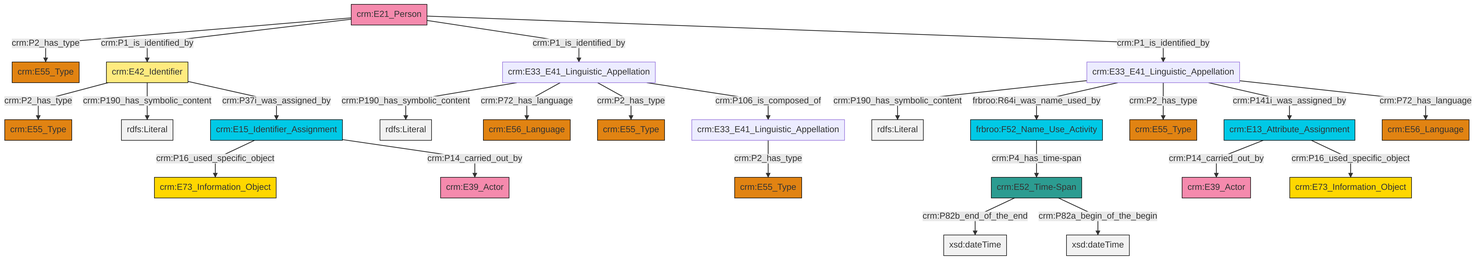
swiss-art-research-net/reference-data-models keeps this Mermaid diagram as et/personCSV/ttl/mmd/png/Person_Names_and_Classification.png. Above is the earlier version. Its source is kept beside it as et/personCSV/ttl/mmd/Person_Names_and_Classification.ttl.mmd.
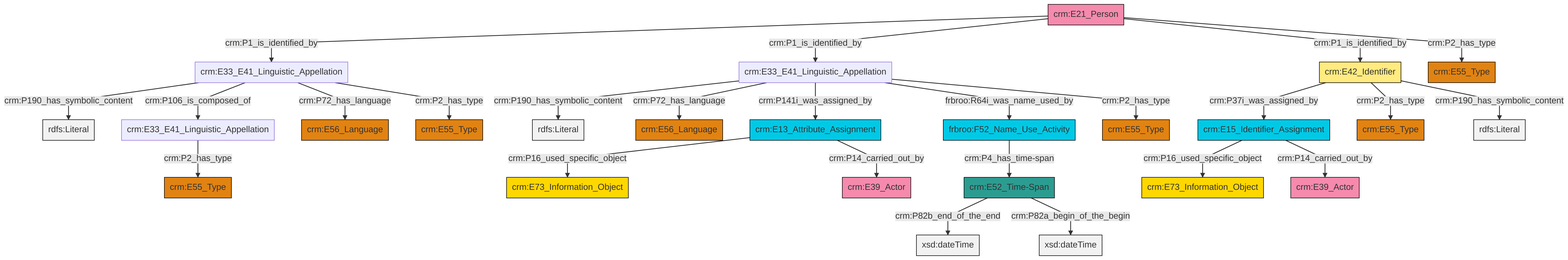
Above is the later version.

The edit, as a diff of the source:
```diff
@@ -14,26 +14,26 @@
 classDef Multi fill:#cccccc,stroke:#000000;
 
 2["crm:E33_E41_Linguistic_Appellation"]:::Default -->|crm:P190_has_symbolic_content| 3[rdfs:Literal]:::Literal
-4["crm:E13_Attribute_Assignment"]:::Temporal_Entity -->|crm:P14_carried_out_by| 5["crm:E39_Actor"]:::Actor
-10["crm:E21_Person"]:::Actor -->|crm:P2_has_type| 11["crm:E55_Type"]:::Type
-10["crm:E21_Person"]:::Actor -->|crm:P1_is_identified_by| 12["crm:E42_Identifier"]:::Appellation
-22["frbroo:F52_Name_Use_Activity"]:::Temporal_Entity -->|crm:P4_has_time-span| 6["crm:E52_Time-Span"]:::Time-Span
-0["crm:E33_E41_Linguistic_Appellation"]:::Default -->|crm:P190_has_symbolic_content| 26[rdfs:Literal]:::Literal
-2["crm:E33_E41_Linguistic_Appellation"]:::Default -->|frbroo:R64i_was_name_used_by| 22["frbroo:F52_Name_Use_Activity"]:::Temporal_Entity
-12["crm:E42_Identifier"]:::Appellation -->|crm:P2_has_type| 30["crm:E55_Type"]:::Type
-12["crm:E42_Identifier"]:::Appellation -->|crm:P190_has_symbolic_content| 34[rdfs:Literal]:::Literal
-10["crm:E21_Person"]:::Actor -->|crm:P1_is_identified_by| 0["crm:E33_E41_Linguistic_Appellation"]:::Default
-31["crm:E15_Identifier_Assignment"]:::Temporal_Entity -->|crm:P16_used_specific_object| 17["crm:E73_Information_Object"]:::Conceptual_Object
-0["crm:E33_E41_Linguistic_Appellation"]:::Default -->|crm:P72_has_language| 37["crm:E56_Language"]:::Type
-10["crm:E21_Person"]:::Actor -->|crm:P1_is_identified_by| 2["crm:E33_E41_Linguistic_Appellation"]:::Default
-6["crm:E52_Time-Span"]:::Time-Span -->|crm:P82b_end_of_the_end| 39[xsd:dateTime]:::Literal
-0["crm:E33_E41_Linguistic_Appellation"]:::Default -->|crm:P2_has_type| 13["crm:E55_Type"]:::Type
-2["crm:E33_E41_Linguistic_Appellation"]:::Default -->|crm:P2_has_type| 8["crm:E55_Type"]:::Type
-2["crm:E33_E41_Linguistic_Appellation"]:::Default -->|crm:P141i_was_assigned_by| 4["crm:E13_Attribute_Assignment"]:::Temporal_Entity
-15["crm:E33_E41_Linguistic_Appellation"]:::Default -->|crm:P2_has_type| 40["crm:E55_Type"]:::Type
-2["crm:E33_E41_Linguistic_Appellation"]:::Default -->|crm:P72_has_language| 28["crm:E56_Language"]:::Type
-4["crm:E13_Attribute_Assignment"]:::Temporal_Entity -->|crm:P16_used_specific_object| 24["crm:E73_Information_Object"]:::Conceptual_Object
-31["crm:E15_Identifier_Assignment"]:::Temporal_Entity -->|crm:P14_carried_out_by| 20["crm:E39_Actor"]:::Actor
-6["crm:E52_Time-Span"]:::Time-Span -->|crm:P82a_begin_of_the_begin| 45[xsd:dateTime]:::Literal
-0["crm:E33_E41_Linguistic_Appellation"]:::Default -->|crm:P106_is_composed_of| 15["crm:E33_E41_Linguistic_Appellation"]:::Default
-12["crm:E42_Identifier"]:::Appellation -->|crm:P37i_was_assigned_by| 31["crm:E15_Identifier_Assignment"]:::Temporal_Entity
+6["frbroo:F52_Name_Use_Activity"]:::Temporal_Entity -->|crm:P4_has_time-span| 7["crm:E52_Time-Span"]:::Time-Span
+8["crm:E33_E41_Linguistic_Appellation"]:::Default -->|crm:P2_has_type| 9["crm:E55_Type"]:::Type
+10["crm:E13_Attribute_Assignment"]:::Temporal_Entity -->|crm:P16_used_specific_object| 11["crm:E73_Information_Object"]:::Conceptual_Object
+0["crm:E42_Identifier"]:::Appellation -->|crm:P37i_was_assigned_by| 12["crm:E15_Identifier_Assignment"]:::Temporal_Entity
+14["crm:E21_Person"]:::Actor -->|crm:P1_is_identified_by| 2["crm:E33_E41_Linguistic_Appellation"]:::Default
+15["crm:E33_E41_Linguistic_Appellation"]:::Default -->|crm:P190_has_symbolic_content| 16[rdfs:Literal]:::Literal
+0["crm:E42_Identifier"]:::Appellation -->|crm:P2_has_type| 21["crm:E55_Type"]:::Type
+10["crm:E13_Attribute_Assignment"]:::Temporal_Entity -->|crm:P14_carried_out_by| 26["crm:E39_Actor"]:::Actor
+7["crm:E52_Time-Span"]:::Time-Span -->|crm:P82b_end_of_the_end| 27[xsd:dateTime]:::Literal
+14["crm:E21_Person"]:::Actor -->|crm:P1_is_identified_by| 15["crm:E33_E41_Linguistic_Appellation"]:::Default
+14["crm:E21_Person"]:::Actor -->|crm:P1_is_identified_by| 0["crm:E42_Identifier"]:::Appellation
+12["crm:E15_Identifier_Assignment"]:::Temporal_Entity -->|crm:P16_used_specific_object| 24["crm:E73_Information_Object"]:::Conceptual_Object
+2["crm:E33_E41_Linguistic_Appellation"]:::Default -->|crm:P106_is_composed_of| 8["crm:E33_E41_Linguistic_Appellation"]:::Default
+14["crm:E21_Person"]:::Actor -->|crm:P2_has_type| 4["crm:E55_Type"]:::Type
+15["crm:E33_E41_Linguistic_Appellation"]:::Default -->|crm:P72_has_language| 19["crm:E56_Language"]:::Type
+2["crm:E33_E41_Linguistic_Appellation"]:::Default -->|crm:P72_has_language| 33["crm:E56_Language"]:::Type
+12["crm:E15_Identifier_Assignment"]:::Temporal_Entity -->|crm:P14_carried_out_by| 17["crm:E39_Actor"]:::Actor
+15["crm:E33_E41_Linguistic_Appellation"]:::Default -->|crm:P141i_was_assigned_by| 10["crm:E13_Attribute_Assignment"]:::Temporal_Entity
+7["crm:E52_Time-Span"]:::Time-Span -->|crm:P82a_begin_of_the_begin| 34[xsd:dateTime]:::Literal
+2["crm:E33_E41_Linguistic_Appellation"]:::Default -->|crm:P2_has_type| 37["crm:E55_Type"]:::Type
+15["crm:E33_E41_Linguistic_Appellation"]:::Default -->|frbroo:R64i_was_name_used_by| 6["frbroo:F52_Name_Use_Activity"]:::Temporal_Entity
+0["crm:E42_Identifier"]:::Appellation -->|crm:P190_has_symbolic_content| 42[rdfs:Literal]:::Literal
+15["crm:E33_E41_Linguistic_Appellation"]:::Default -->|crm:P2_has_type| 22["crm:E55_Type"]:::Type
```
